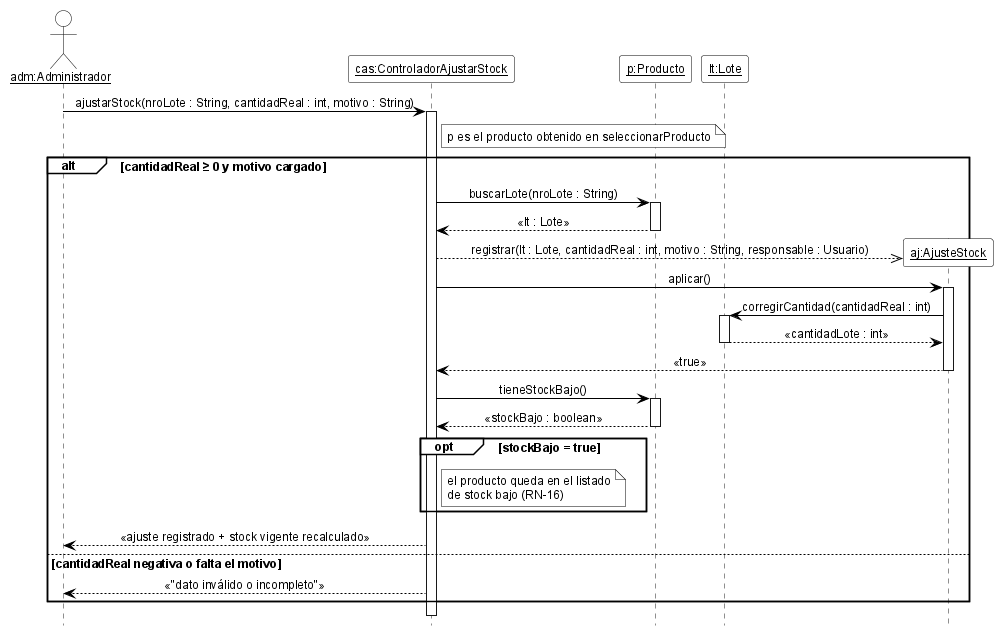
cirotop/Stock-Project keeps this PlantUML diagram as 08-Diagrama De Secuencia/DSD_CU-06_ajustarStock.png. Above is the earlier version.
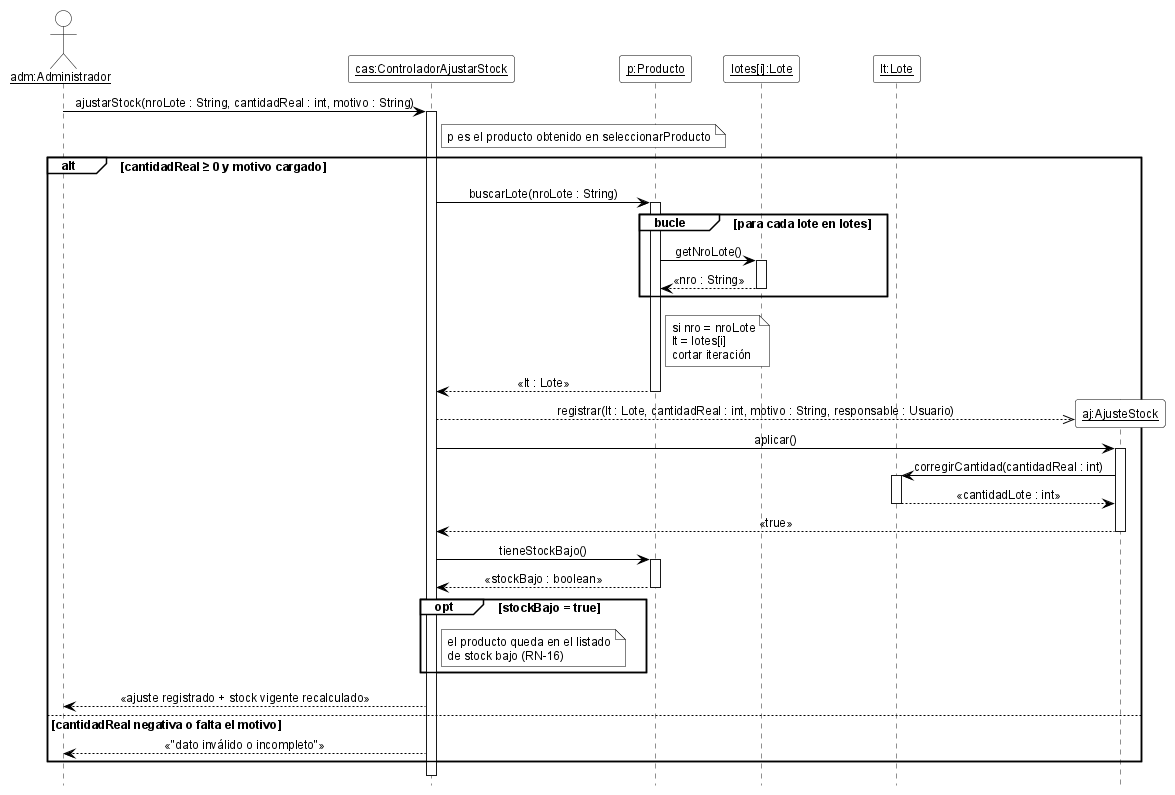
The same diagram one commit later.

The edit, as a diff of the source:
```diff
@@ -7,6 +7,8 @@
 skinparam ArrowColor black
 skinparam ParticipantBackgroundColor white
 skinparam ParticipantBorderColor black
+skinparam CollectionsBackgroundColor white
+skinparam CollectionsBorderColor black
 skinparam ActorBackgroundColor white
 skinparam ActorBorderColor black
 skinparam LifeLineBorderColor black
@@ -20,12 +22,22 @@
 actor "<u>adm:Administrador</u>" as adm
 participant "<u>cas:ControladorAjustarStock</u>" as cas
 participant "<u>p:Producto</u>" as p
+participant "<u>lotes[i]:Lote</u>" as li
 participant "<u>lt:Lote</u>" as lt
 
 adm -> cas ++ : ajustarStock(nroLote : String, cantidadReal : int, motivo : String)
 note right of cas : p es el producto obtenido en seleccionarProducto
 alt cantidadReal ≥ 0 y motivo cargado
   cas -> p ++ : buscarLote(nroLote : String)
+  group bucle [para cada lote en lotes]
+    p -> li ++ : getNroLote()
+    li --> p -- : «nro : String»
+  end
+  note right of p
+    si nro = nroLote
+    lt = lotes[i]
+    cortar iteración
+  end note
   p --> cas -- : «lt : Lote»
   create participant "<u>aj:AjusteStock</u>" as aj
   cas -->> aj : registrar(lt : Lote, cantidadReal : int, motivo : String, responsable : Usuario)
```
